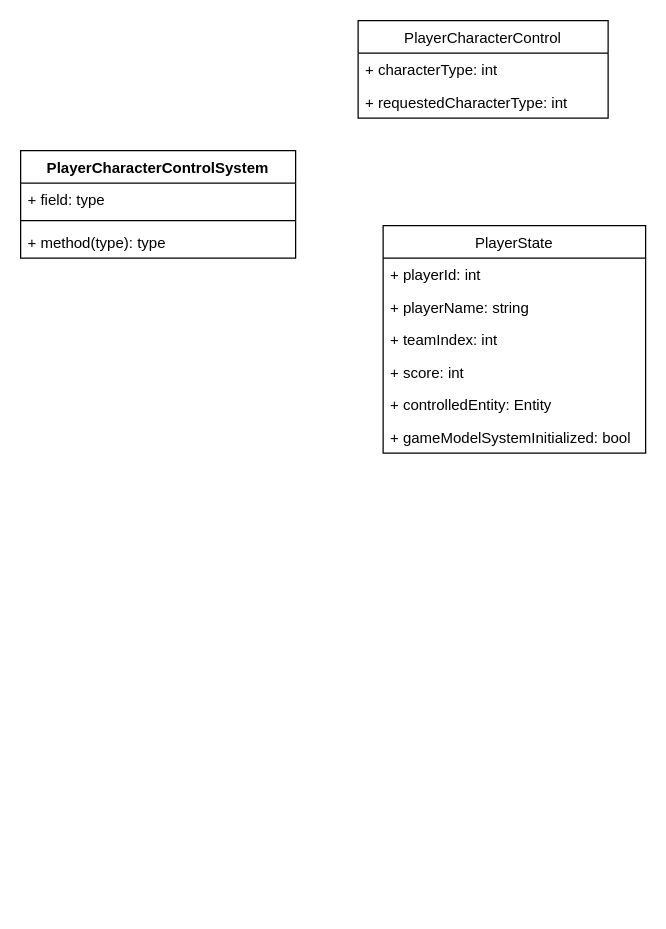
Earlier version of the draw.io diagram Untitled Diagram.drawio (yulingjie/FPS). Source tidied: cells renumbered, new cells numbered last; positions are measured from the earlier drawing's top-left corner, leaving out a move shared by most shapes. Both pictures are drawn from the tidied source at 125%, with x=0, y=0 at pixel (20, 20).
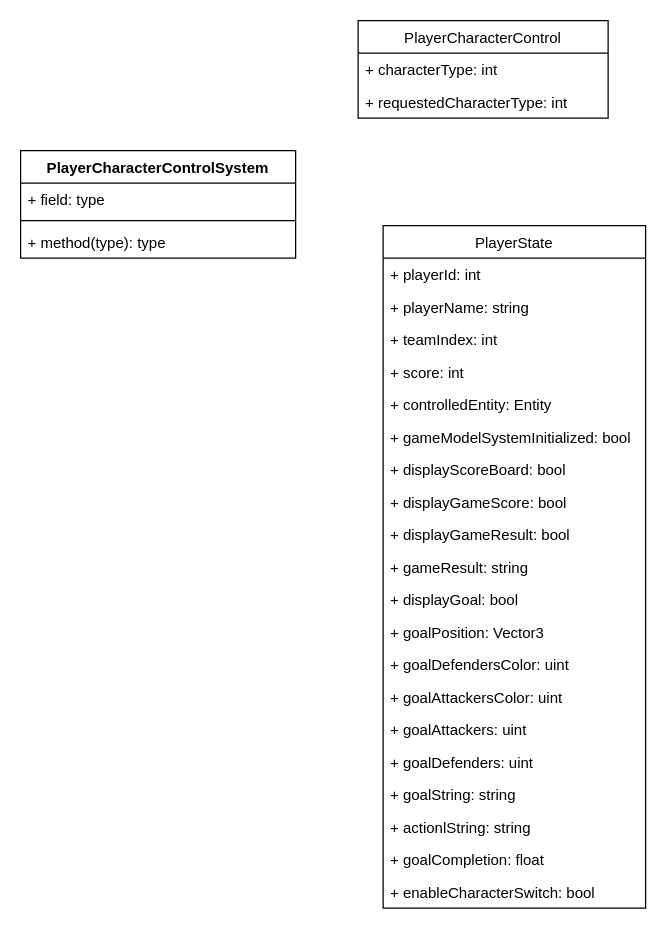
The same page after the edit.

The edit, as a diff of the source:
```diff
@@
     <mxCell id="9" value="PlayerState" style="swimlane;fontStyle=0;horizontal=1;startSize=26;fillColor=none;" parent="1" vertex="1">
-      <mxGeometry x="290" y="164" width="210" height="182" as="geometry" />
+      <mxGeometry x="290" y="164" width="210" height="546" as="geometry" />
     </mxCell>
@@
+    <mxCell id="16" value="+ displayScoreBoard: bool" style="text;strokeColor=none;fillColor=none;align=left;verticalAlign=top;spacingLeft=4;spacingRight=4;overflow=hidden;" parent="9" vertex="1">
+      <mxGeometry y="182" width="210" height="26" as="geometry" />
+    </mxCell>
+    <mxCell id="17" value="+ displayGameScore: bool" style="text;strokeColor=none;fillColor=none;align=left;verticalAlign=top;spacingLeft=4;spacingRight=4;overflow=hidden;" parent="9" vertex="1">
+      <mxGeometry y="208" width="210" height="26" as="geometry" />
+    </mxCell>
+    <mxCell id="18" value="+ displayGameResult: bool" style="text;strokeColor=none;fillColor=none;align=left;verticalAlign=top;spacingLeft=4;spacingRight=4;overflow=hidden;" parent="9" vertex="1">
+      <mxGeometry y="234" width="210" height="26" as="geometry" />
+    </mxCell>
+    <mxCell id="19" value="+ gameResult: string" style="text;strokeColor=none;fillColor=none;align=left;verticalAlign=top;spacingLeft=4;spacingRight=4;overflow=hidden;" parent="9" vertex="1">
+      <mxGeometry y="260" width="210" height="26" as="geometry" />
+    </mxCell>
+    <mxCell id="20" value="+ displayGoal: bool" style="text;strokeColor=none;fillColor=none;align=left;verticalAlign=top;spacingLeft=4;spacingRight=4;overflow=hidden;" parent="9" vertex="1">
+      <mxGeometry y="286" width="210" height="26" as="geometry" />
+    </mxCell>
+    <mxCell id="21" value="+ goalPosition: Vector3" style="text;strokeColor=none;fillColor=none;align=left;verticalAlign=top;spacingLeft=4;spacingRight=4;overflow=hidden;" parent="9" vertex="1">
+      <mxGeometry y="312" width="210" height="26" as="geometry" />
+    </mxCell>
+    <mxCell id="22" value="+ goalDefendersColor: uint" style="text;strokeColor=none;fillColor=none;align=left;verticalAlign=top;spacingLeft=4;spacingRight=4;overflow=hidden;" parent="9" vertex="1">
+      <mxGeometry y="338" width="210" height="26" as="geometry" />
+    </mxCell>
+    <mxCell id="23" value="+ goalAttackersColor: uint" style="text;strokeColor=none;fillColor=none;align=left;verticalAlign=top;spacingLeft=4;spacingRight=4;overflow=hidden;" parent="9" vertex="1">
+      <mxGeometry y="364" width="210" height="26" as="geometry" />
+    </mxCell>
+    <mxCell id="24" value="+ goalAttackers: uint" style="text;strokeColor=none;fillColor=none;align=left;verticalAlign=top;spacingLeft=4;spacingRight=4;overflow=hidden;" parent="9" vertex="1">
+      <mxGeometry y="390" width="210" height="26" as="geometry" />
+    </mxCell>
+    <mxCell id="25" value="+ goalDefenders: uint" style="text;strokeColor=none;fillColor=none;align=left;verticalAlign=top;spacingLeft=4;spacingRight=4;overflow=hidden;" parent="9" vertex="1">
+      <mxGeometry y="416" width="210" height="26" as="geometry" />
+    </mxCell>
+    <mxCell id="26" value="+ goalString: string" style="text;strokeColor=none;fillColor=none;align=left;verticalAlign=top;spacingLeft=4;spacingRight=4;overflow=hidden;" parent="9" vertex="1">
+      <mxGeometry y="442" width="210" height="26" as="geometry" />
+    </mxCell>
+    <mxCell id="27" value="+ actionlString: string" style="text;strokeColor=none;fillColor=none;align=left;verticalAlign=top;spacingLeft=4;spacingRight=4;overflow=hidden;" parent="9" vertex="1">
+      <mxGeometry y="468" width="210" height="26" as="geometry" />
+    </mxCell>
+    <mxCell id="28" value="+ goalCompletion: float" style="text;strokeColor=none;fillColor=none;align=left;verticalAlign=top;spacingLeft=4;spacingRight=4;overflow=hidden;" parent="9" vertex="1">
+      <mxGeometry y="494" width="210" height="26" as="geometry" />
+    </mxCell>
+    <mxCell id="29" value="+ enableCharacterSwitch: bool" style="text;strokeColor=none;fillColor=none;align=left;verticalAlign=top;spacingLeft=4;spacingRight=4;overflow=hidden;" parent="9" vertex="1">
+      <mxGeometry y="520" width="210" height="26" as="geometry" />
+    </mxCell>
```
